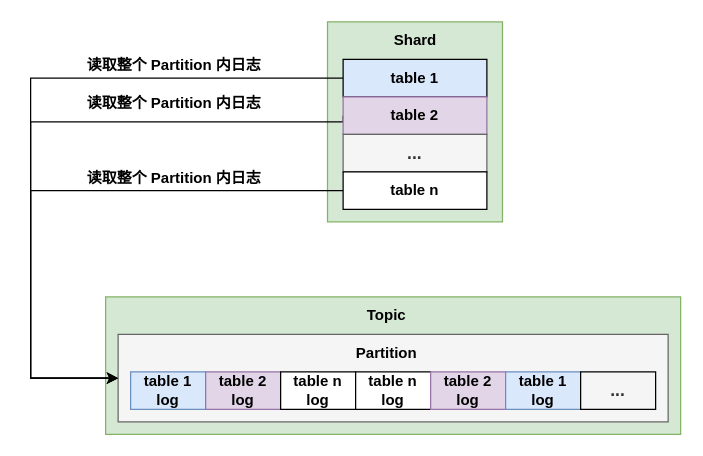
Above: kafkawal.drawio in Rachelint/drawio-store (draw.io), before the change. Source tidied: cells renumbered, new cells numbered last; positions are measured from the earlier drawing's top-left corner, leaving out a move shared by most shapes. Both pictures are drawn from the tidied source at 125%, with x=0, y=0 at pixel (30, 21).
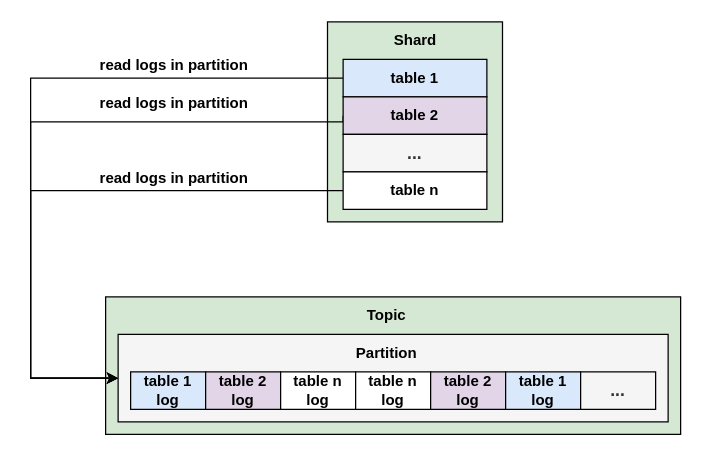
After the change.

The edit, as a diff of the source:
```diff
@@
-    <mxCell id="2" style="rounded=0;whiteSpace=wrap;html=1;fillColor=#d5e8d4;strokeColor=#82b366;fontStyle=1;" parent="1" vertex="1">
+    <mxCell id="2" style="rounded=0;whiteSpace=wrap;html=1;fillColor=#d5e8d4;strokeColor=#000000;fontStyle=1;" parent="1" vertex="1">
       <mxGeometry x="237.5" width="140" height="160" as="geometry" />
     </mxCell>
-    <mxCell id="3" style="rounded=0;whiteSpace=wrap;html=1;fillColor=#d5e8d4;strokeColor=#82b366;fontStyle=1;" parent="1" vertex="1">
+    <mxCell id="3" style="rounded=0;whiteSpace=wrap;html=1;fillColor=#d5e8d4;strokeColor=#000000;fontStyle=1;" parent="1" vertex="1">
       <mxGeometry x="60" y="220" width="460" height="110" as="geometry" />
     </mxCell>
-    <mxCell id="4" style="rounded=0;whiteSpace=wrap;html=1;fillColor=#f5f5f5;strokeColor=#666666;fontColor=#333333;fontStyle=1;" parent="1" vertex="1">
+    <mxCell id="4" style="rounded=0;whiteSpace=wrap;html=1;fillColor=#f5f5f5;strokeColor=#000000;fontColor=#333333;fontStyle=1;" parent="1" vertex="1">
       <mxGeometry x="70" y="250" width="440" height="70" as="geometry" />
     </mxCell>
-    <mxCell id="5" value="table 1 log" style="rounded=0;whiteSpace=wrap;html=1;labelBackgroundColor=none;fillColor=#dae8fc;strokeColor=#6c8ebf;fontStyle=1;" parent="1" vertex="1">
+    <mxCell id="5" value="table 1 log" style="rounded=0;whiteSpace=wrap;html=1;labelBackgroundColor=none;fillColor=#dae8fc;strokeColor=#000000;fontStyle=1;" parent="1" vertex="1">
       <mxGeometry x="80" y="280" width="60" height="30" as="geometry" />
     </mxCell>
-    <mxCell id="6" value="table 2 log" style="rounded=0;whiteSpace=wrap;html=1;labelBackgroundColor=none;fillColor=#e1d5e7;strokeColor=#9673a6;fontStyle=1;" parent="1" vertex="1">
+    <mxCell id="6" value="table 2 log" style="rounded=0;whiteSpace=wrap;html=1;labelBackgroundColor=none;fillColor=#e1d5e7;strokeColor=#000000;fontStyle=1;" parent="1" vertex="1">
       <mxGeometry x="140" y="280" width="60" height="30" as="geometry" />
     </mxCell>
-    <mxCell id="7" value="table n log" style="rounded=0;whiteSpace=wrap;html=1;labelBackgroundColor=none;fontStyle=1;" parent="1" vertex="1">
+    <mxCell id="7" value="table n log" style="rounded=0;whiteSpace=wrap;html=1;labelBackgroundColor=none;fontStyle=1;strokeColor=#000000;" parent="1" vertex="1">
       <mxGeometry x="200" y="280" width="60" height="30" as="geometry" />
     </mxCell>
-    <mxCell id="8" value="table n log" style="rounded=0;whiteSpace=wrap;html=1;labelBackgroundColor=none;fontStyle=1;" parent="1" vertex="1">
+    <mxCell id="8" value="table n log" style="rounded=0;whiteSpace=wrap;html=1;labelBackgroundColor=none;fontStyle=1;strokeColor=#000000;" parent="1" vertex="1">
       <mxGeometry x="260" y="280" width="60" height="30" as="geometry" />
     </mxCell>
-    <mxCell id="9" value="table 2 log" style="rounded=0;whiteSpace=wrap;html=1;labelBackgroundColor=none;fillColor=#e1d5e7;strokeColor=#9673a6;fontStyle=1;" parent="1" vertex="1">
+    <mxCell id="9" value="table 2 log" style="rounded=0;whiteSpace=wrap;html=1;labelBackgroundColor=none;fillColor=#e1d5e7;strokeColor=#000000;fontStyle=1;" parent="1" vertex="1">
       <mxGeometry x="320" y="280" width="60" height="30" as="geometry" />
     </mxCell>
-    <mxCell id="10" value="table 1 log" style="rounded=0;whiteSpace=wrap;html=1;labelBackgroundColor=none;fillColor=#dae8fc;strokeColor=#6c8ebf;fontStyle=1;" parent="1" vertex="1">
+    <mxCell id="10" value="table 1 log" style="rounded=0;whiteSpace=wrap;html=1;labelBackgroundColor=none;fillColor=#dae8fc;strokeColor=#000000;fontStyle=1;" parent="1" vertex="1">
       <mxGeometry x="380" y="280" width="60" height="30" as="geometry" />
     </mxCell>
@@
-    <mxCell id="14" value="读取整个 Partition 内日志" style="text;html=1;strokeColor=none;fillColor=none;align=center;verticalAlign=middle;whiteSpace=wrap;rounded=0;fontStyle=1;" parent="1" vertex="1">
+    <mxCell id="14" value="read logs in partition" style="text;html=1;strokeColor=none;fillColor=none;align=center;verticalAlign=middle;whiteSpace=wrap;rounded=0;fontStyle=1;" parent="1" vertex="1">
       <mxGeometry x="40" y="20" width="150" height="30" as="geometry" />
     </mxCell>
@@
-    <mxCell id="18" value="table 2" style="rounded=0;whiteSpace=wrap;html=1;fillColor=#e1d5e7;strokeColor=#9673a6;fontStyle=1;" parent="1" vertex="1">
+    <mxCell id="18" value="table 2" style="rounded=0;whiteSpace=wrap;html=1;fillColor=#e1d5e7;strokeColor=#000000;fontStyle=1;" parent="1" vertex="1">
       <mxGeometry x="250" y="60" width="115" height="30" as="geometry" />
     </mxCell>
-    <mxCell id="19" value="&lt;font style=&quot;font-size: 14px;&quot;&gt;&lt;span&gt;...&lt;/span&gt;&lt;/font&gt;" style="rounded=0;whiteSpace=wrap;html=1;fillColor=#f5f5f5;strokeColor=#666666;fontColor=#333333;fontStyle=1;" parent="1" vertex="1">
+    <mxCell id="19" value="&lt;font style=&quot;font-size: 14px;&quot;&gt;&lt;span&gt;...&lt;/span&gt;&lt;/font&gt;" style="rounded=0;whiteSpace=wrap;html=1;fillColor=#f5f5f5;strokeColor=#000000;fontColor=#333333;fontStyle=1;" parent="1" vertex="1">
       <mxGeometry x="250" y="90" width="115" height="30" as="geometry" />
     </mxCell>
@@
-    <mxCell id="21" value="table n" style="rounded=0;whiteSpace=wrap;html=1;fontStyle=1;" parent="1" vertex="1">
+    <mxCell id="21" value="table n" style="rounded=0;whiteSpace=wrap;html=1;fontStyle=1;strokeColor=#000000;" parent="1" vertex="1">
       <mxGeometry x="250" y="120" width="115" height="30" as="geometry" />
     </mxCell>
@@
-    <mxCell id="23" value="读取整个 Partition 内日志" style="text;html=1;strokeColor=none;fillColor=none;align=center;verticalAlign=middle;whiteSpace=wrap;rounded=0;fontStyle=1;" parent="1" vertex="1">
+    <mxCell id="23" value="read logs in partition" style="text;html=1;strokeColor=none;fillColor=none;align=center;verticalAlign=middle;whiteSpace=wrap;rounded=0;fontStyle=1;" parent="1" vertex="1">
       <mxGeometry x="40" y="50" width="150" height="30" as="geometry" />
     </mxCell>
-    <mxCell id="24" value="读取整个 Partition 内日志" style="text;html=1;strokeColor=none;fillColor=none;align=center;verticalAlign=middle;whiteSpace=wrap;rounded=0;fontStyle=1;" parent="1" vertex="1">
+    <mxCell id="24" value="read logs in partition" style="text;html=1;strokeColor=none;fillColor=none;align=center;verticalAlign=middle;whiteSpace=wrap;rounded=0;fontStyle=1;" parent="1" vertex="1">
       <mxGeometry x="40" y="110" width="150" height="30" as="geometry" />
     </mxCell>
```
